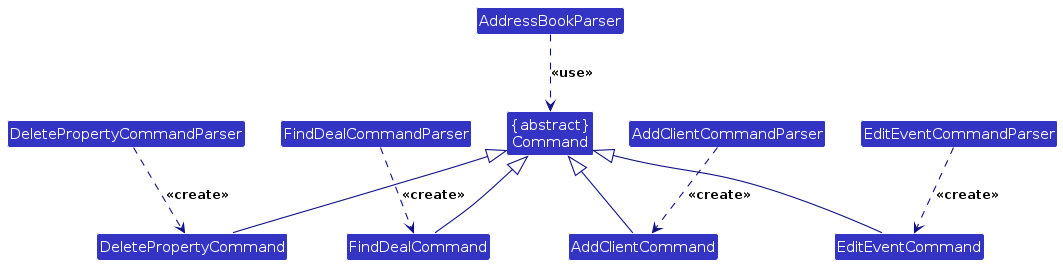
Above: diagrams/CommandStructure.png in githubcsuser/tp (PlantUML), before the change. Its source is kept beside it as diagrams/CommandStructure.puml. Source of this version:
```plantuml
@startuml
!include style.puml
skinparam arrowThickness 1.1
skinparam arrowColor LOGIC_COLOR_T4
skinparam classBackgroundColor LOGIC_COLOR

Class "{abstract}\nCommand" as Command
Class FindDealCommand
Class DeletePropertyCommand
Class AddClientCommand
Class EditEventCommand

Class FindDealCommandParser
Class AddClientCommandParser
Class EditEventCommandParser
Class DeletePropertyCommandParser
Class AddressBookParser

FindDealCommand -up-|> Command
AddClientCommand -up-|> Command
EditEventCommand -up-|> Command
DeletePropertyCommand -up-|> Command

FindDealCommandParser ..> FindDealCommand : <<create>>
AddClientCommandParser ..> AddClientCommand : <<create>>
EditEventCommandParser ..> EditEventCommand : <<create>>
DeletePropertyCommandParser ..> DeletePropertyCommand : <<create>>

AddressBookParser ..> Command : <<use>>
@enduml
```
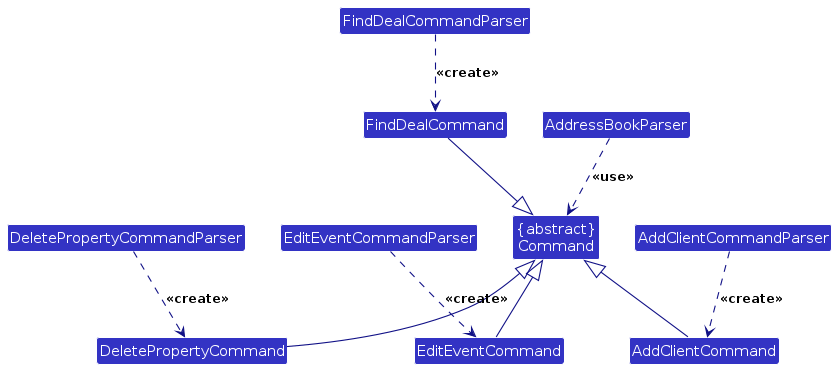
Above is the later version.

Change to the diagram source:
```diff
@@ -16,7 +16,7 @@
 Class DeletePropertyCommandParser
 Class AddressBookParser
 
-FindDealCommand -up-|> Command
+FindDealCommand -down-|> Command
 AddClientCommand -up-|> Command
 EditEventCommand -up-|> Command
 DeletePropertyCommand -up-|> Command
```
